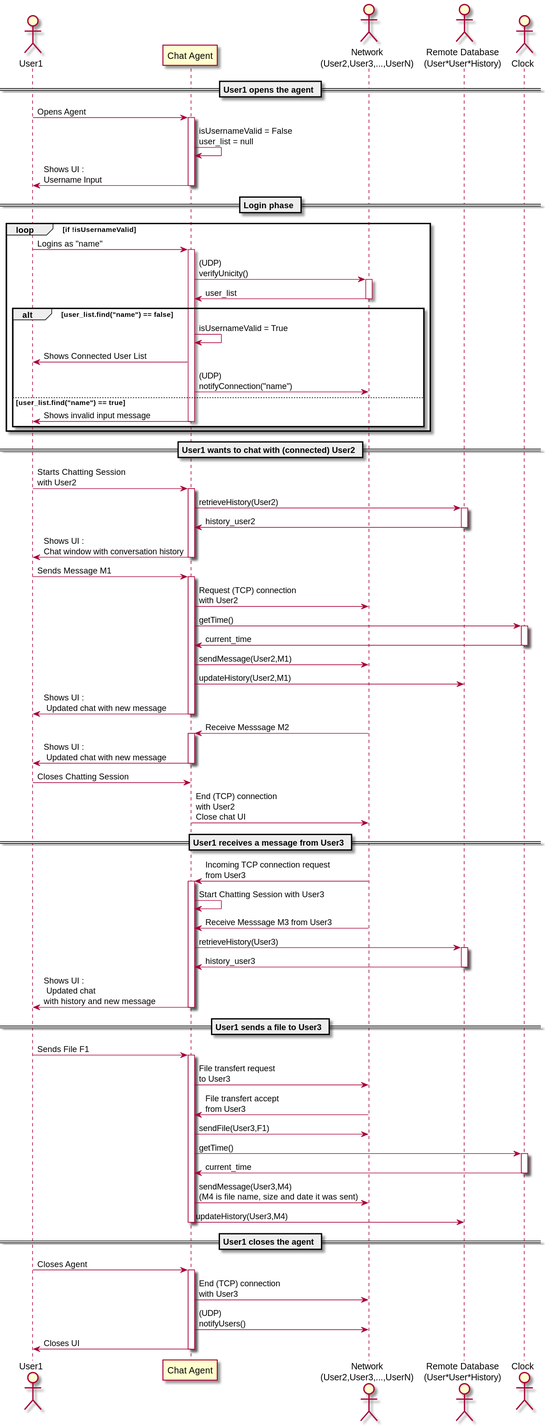
scanim-valentin/decentralized-chat-system keeps this PlantUML diagram as PlantUML/sequence_black_box.svg. Above is the earlier version.
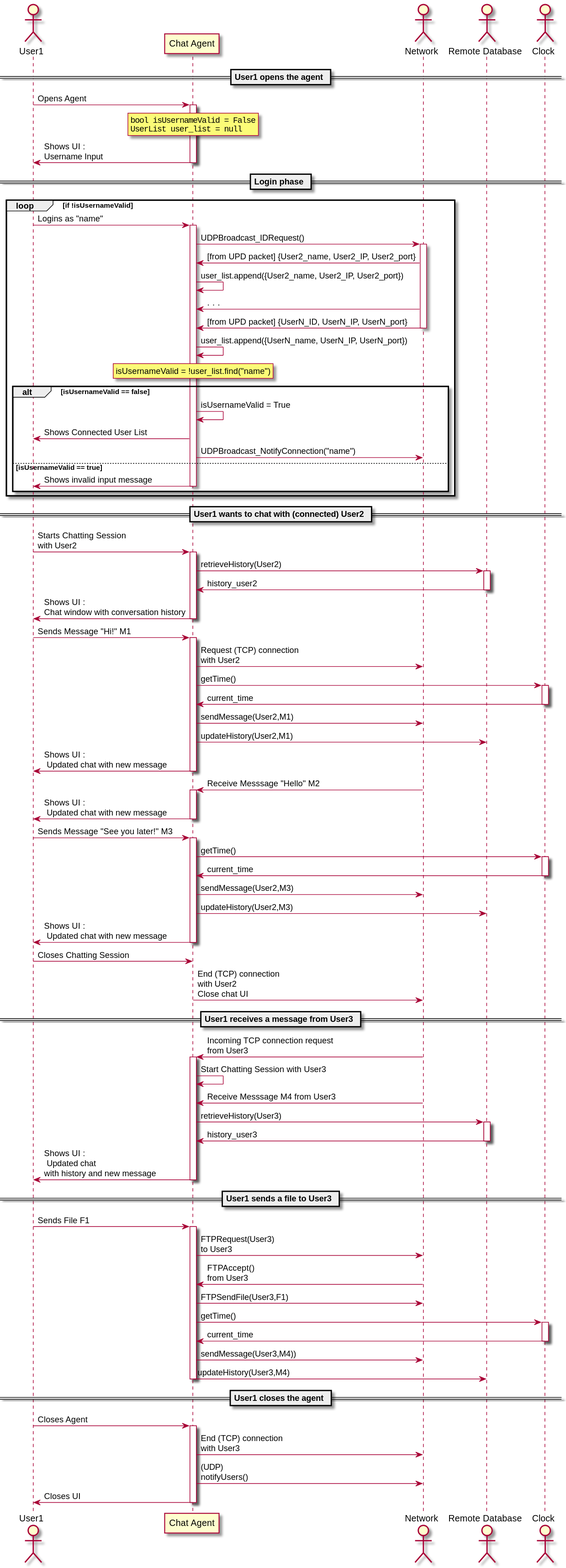
Above is the later version.

Diff of the diagram source:
```diff
@@ -1,14 +1,14 @@
 @startuml sequence_black_box
 actor User1 as User
 participant "Chat Agent" as chatAgent
-actor "Network\n(User2,User3,...,UserN)" as Network
-actor "Remote Database\n(User*User*History)" as db
+actor "Network" as Network
+actor "Remote Database" as db
 actor "Clock" as Clock
 
 == User1 opens the agent ==
 
 User -> chatAgent ++ : Opens Agent
-  chatAgent -> chatAgent : isUsernameValid = False\nuser_list = null
+ rnote over chatAgent: ""bool isUsernameValid = False""\n""UserList user_list = null""
 chatAgent -> User -- : Shows UI :\nUsername Input
 
 == Login phase ==
@@ -16,14 +16,19 @@
 loop if !isUsernameValid
 User -> chatAgent ++ : Logins as "name"
 
-chatAgent -> Network ++ : (UDP)\nverifyUnicity()
-Network -> chatAgent -- : user_list
+chatAgent -> Network ++ : UDPBroadcast_IDRequest()
+Network -> chatAgent : [from UPD packet] {User2_name, User2_IP, User2_port}
+chatAgent -> chatAgent : user_list.append({User2_name, User2_IP, User2_port})
+Network -> chatAgent : . . .
+Network -> chatAgent -- : [from UPD packet] {UserN_ID, UserN_IP, UserN_port}
+chatAgent -> chatAgent : user_list.append({UserN_name, UserN_IP, UserN_port})
+rnote over chatAgent:  isUsernameValid = !user_list.find("name")
 
-alt user_list.find("name") == false
+alt isUsernameValid == false
 chatAgent -> chatAgent : isUsernameValid = True
 User <- chatAgent : Shows Connected User List
-chatAgent -> Network : (UDP)\nnotifyConnection("name")
-    else user_list.find("name") == true
+chatAgent -> Network : UDPBroadcast_NotifyConnection("name")
+    else isUsernameValid == true
 User <- chatAgent -- : Shows invalid input message
     end
 end
@@ -35,7 +40,7 @@
   db -> chatAgent -- : history_user2
 chatAgent -> User -- : Shows UI :\nChat window with conversation history
 
-User -> chatAgent ++ : Sends Message M1
+User -> chatAgent ++ : Sends Message "Hi!" M1
   chatAgent -> Network : Request (TCP) connection\nwith User2
   chatAgent -> Clock ++ : getTime()
   Clock -> chatAgent -- : current_time
@@ -43,7 +48,14 @@
   chatAgent -> db : updateHistory(User2,M1)
 chatAgent -> User -- : Shows UI :\n Updated chat with new message
 
-Network -> chatAgent ++ : Receive Messsage M2
+Network -> chatAgent ++ : Receive Messsage "Hello" M2
+chatAgent -> User -- : Shows UI :\n Updated chat with new message
+
+User -> chatAgent ++ : Sends Message "See you later!" M3
+  chatAgent -> Clock ++ : getTime()
+  Clock -> chatAgent -- : current_time
+  chatAgent -> Network : sendMessage(User2,M3)
+  chatAgent -> db : updateHistory(User2,M3)
 chatAgent -> User -- : Shows UI :\n Updated chat with new message
 
 User -> chatAgent : Closes Chatting Session
@@ -53,7 +65,7 @@
 
 Network -> chatAgent ++ : Incoming TCP connection request\nfrom User3
 chatAgent -> chatAgent : Start Chatting Session with User3
-Network -> chatAgent : Receive Messsage M3 from User3
+Network -> chatAgent : Receive Messsage M4 from User3
 
   chatAgent -> db ++ : retrieveHistory(User3)
   db -> chatAgent -- : history_user3
@@ -61,12 +73,12 @@
 
 == User1 sends a file to User3 ==
 User -> chatAgent ++ : Sends File F1
-chatAgent -> Network : File transfert request\nto User3
-Network -> chatAgent : File transfert accept\nfrom User3
-chatAgent -> Network : sendFile(User3,F1)
+chatAgent -> Network : FTPRequest(User3)\nto User3
+Network -> chatAgent : FTPAccept()\nfrom User3
+chatAgent -> Network : FTPSendFile(User3,F1)
 chatAgent -> Clock ++ : getTime()
 Clock -> chatAgent -- : current_time
-chatAgent -> Network : sendMessage(User3,M4)\n(M4 is file name, size and date it was sent)
+chatAgent -> Network : sendMessage(User3,M4))
 chatAgent -> db -- : updateHistory(User3,M4)
 == User1 closes the agent ==
 
```
